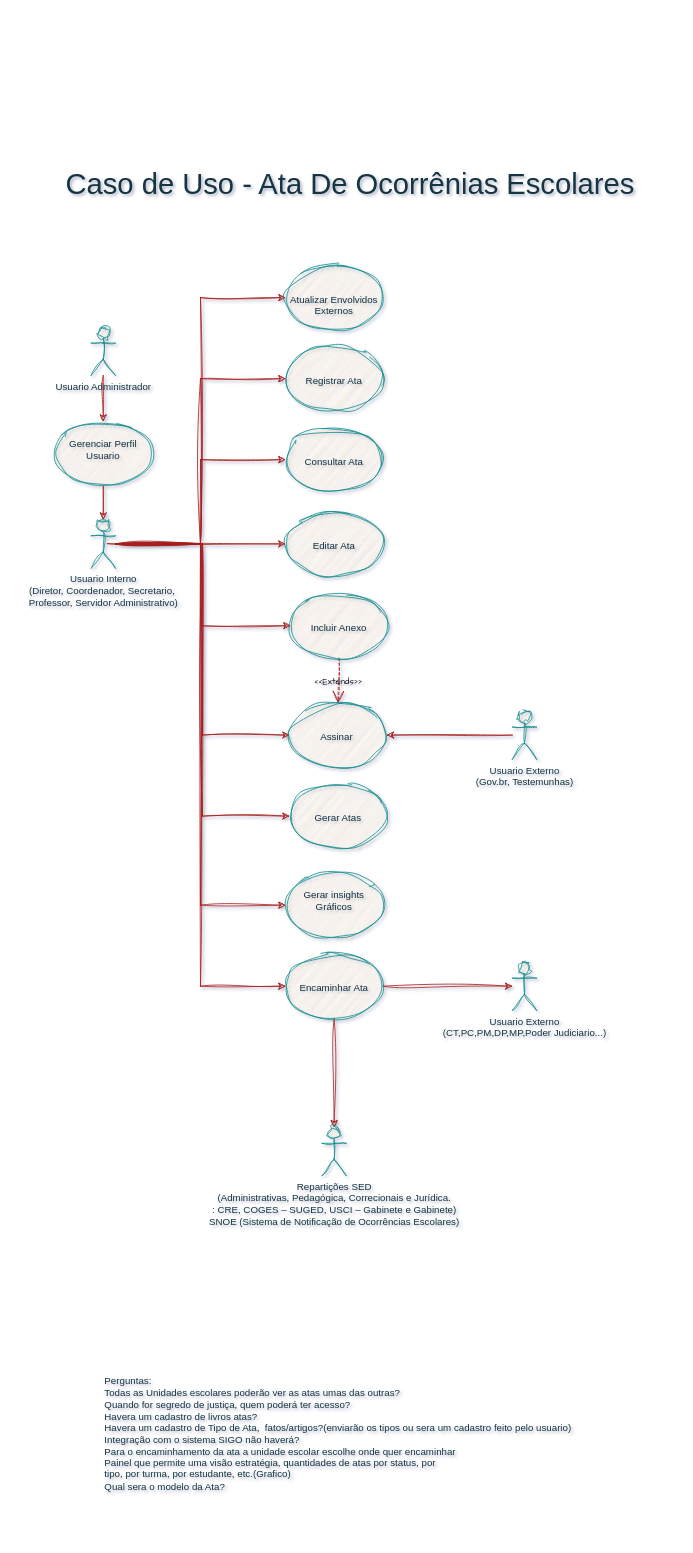
The draw.io diagram Ata.drawio in Regis-Dias/Ata_Digital, before the edit. Source tidied: cells renumbered, new cells numbered last; positions are measured from the earlier drawing's top-left corner, leaving out a move shared by most shapes. Both pictures are drawn from the tidied source at 81%, with x=0, y=0 at pixel (18, 160).
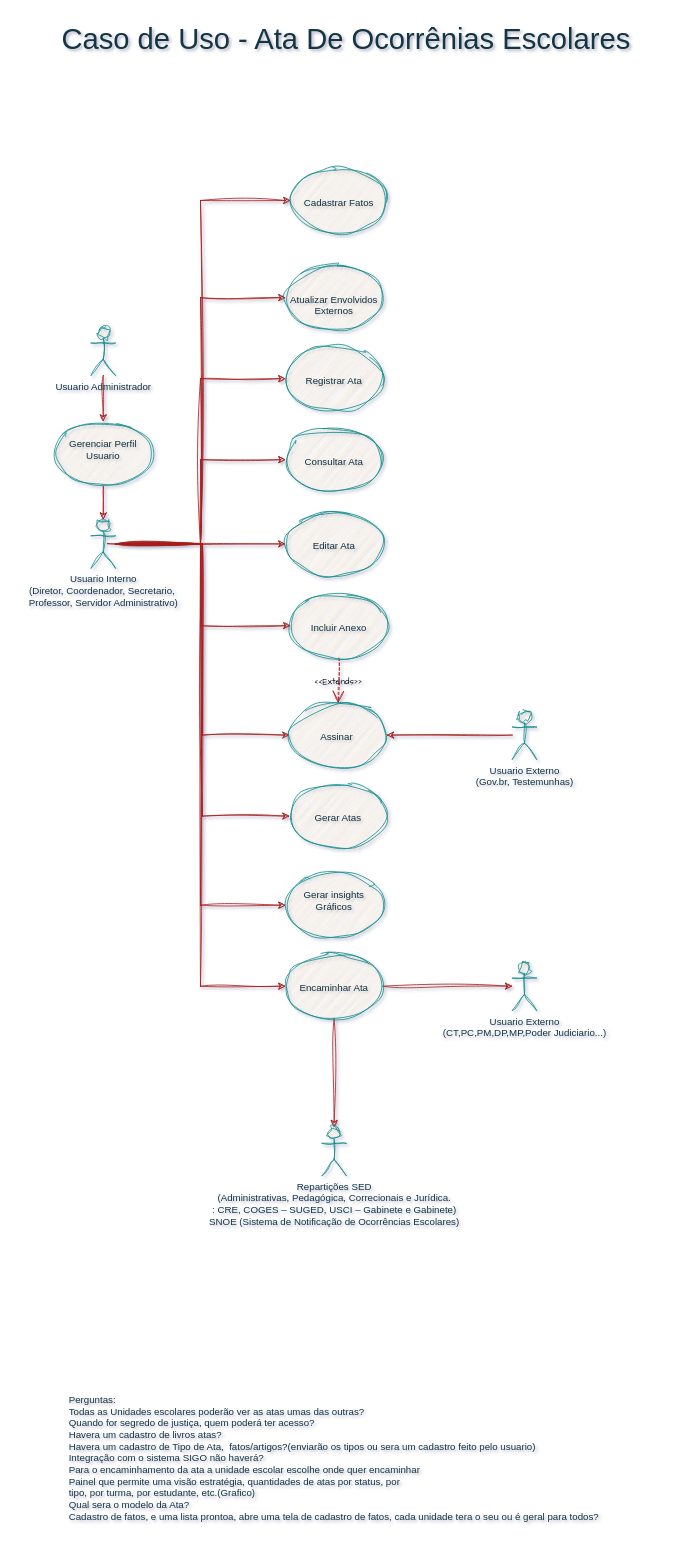
Above is the later version.

The change refers to these unchanged cells:
```xml
<mxCell id="10" value="Usuario Interno&lt;br&gt;(Diretor, Coordenador, Secretario,&amp;nbsp;&lt;div&gt;Professor, Servidor Administrativo)&lt;/div&gt;" style="shape=umlActor;verticalLabelPosition=bottom;verticalAlign=top;html=1;outlineConnect=0;labelBackgroundColor=none;fillColor=#FAE5C7;strokeColor=#0F8B8D;fontColor=#143642;sketch=1;curveFitting=1;jiggle=2;" parent="1" vertex="1">
  <mxGeometry x="90" y="444" width="30" height="60" as="geometry" />
</mxCell>
<mxCell id="20" value="&lt;div&gt;&lt;br&gt;&lt;/div&gt;&lt;div&gt;&lt;br&gt;&lt;/div&gt;Assinar&amp;nbsp;&lt;div&gt;&lt;/div&gt;&lt;div&gt;&lt;/div&gt;" style="ellipse;whiteSpace=wrap;html=1;strokeColor=#0F8B8D;align=center;verticalAlign=top;fontFamily=Helvetica;fontSize=12;fontColor=#143642;fillColor=#FAE5C7;labelBackgroundColor=none;sketch=1;curveFitting=1;jiggle=2;" parent="1" vertex="1">
  <mxGeometry x="335" y="670" width="120" height="80" as="geometry" />
</mxCell>
<mxCell id="32" value="&lt;div&gt;&lt;br&gt;&lt;/div&gt;&lt;div&gt;&lt;br&gt;&lt;/div&gt;Incluir Anexo&lt;div&gt;&lt;/div&gt;&lt;div&gt;&lt;/div&gt;&lt;div&gt;&lt;/div&gt;" style="ellipse;whiteSpace=wrap;html=1;strokeColor=#0F8B8D;align=center;verticalAlign=top;fontFamily=Helvetica;fontSize=12;fontColor=#143642;fillColor=#FAE5C7;labelBackgroundColor=none;sketch=1;curveFitting=1;jiggle=2;" parent="1" vertex="1">
  <mxGeometry x="336" y="535" width="120" height="80" as="geometry" />
</mxCell>
```

What changed in the source:
```diff
@@
+    <mxCell id="34" style="edgeStyle=orthogonalEdgeStyle;rounded=0;hachureGap=4;jettySize=auto;html=1;entryX=0;entryY=0.5;entryDx=0;entryDy=0;fontFamily=Architects Daughter;labelBackgroundColor=none;strokeColor=#A8201A;fontColor=default;sketch=1;curveFitting=1;jiggle=2;" parent="1" edge="1" source="10" target="35">
+      <mxGeometry relative="1" as="geometry">
+        <Array as="points">
+          <mxPoint x="225" y="474" />
+          <mxPoint x="225" y="50" />
+        </Array>
+      </mxGeometry>
+    </mxCell>
@@
     <mxCell id="25" value="&lt;font style=&quot;font-size: 36px;&quot;&gt;Caso de Uso - Ata De Ocorrênias Escolares&lt;/font&gt;" style="text;html=1;align=center;verticalAlign=middle;whiteSpace=wrap;rounded=0;fontFamily=Helvetica;fontSize=12;fontColor=#143642;labelBackgroundColor=none;sketch=1;curveFitting=1;jiggle=2;" parent="1" vertex="1">
-      <mxGeometry x="10" width="800" height="60" as="geometry" />
+      <mxGeometry x="5" y="-180" width="800" height="60" as="geometry" />
     </mxCell>
@@
-    <mxCell id="28" value="&lt;div style=&quot;text-align: left;&quot;&gt;&lt;span style=&quot;background-color: initial;&quot;&gt;Perguntas:&lt;/span&gt;&lt;/div&gt;&lt;div style=&quot;text-align: left;&quot;&gt;&lt;span style=&quot;background-color: initial;&quot;&gt;Todas as Unidades escolares poderão ver as atas umas das outras?&lt;/span&gt;&lt;/div&gt;&lt;div style=&quot;text-align: left;&quot;&gt;&lt;span style=&quot;background-color: initial;&quot;&gt;Quando for segredo de justiça, quem poderá ter acesso?&lt;/span&gt;&lt;/div&gt;&lt;div style=&quot;text-align: left;&quot;&gt;Havera um cadastro de livros atas?&lt;/div&gt;&lt;div style=&quot;text-align: left;&quot;&gt;Havera um cadastro de Tipo de Ata,&amp;nbsp; fatos/artigos?(enviarão os tipos ou sera um cadastro feito pelo usuario)&lt;/div&gt;&lt;div style=&quot;text-align: left;&quot;&gt;Integração com o sistema&amp;nbsp;&lt;span style=&quot;text-wrap: nowrap; background-color: initial; text-align: center;&quot;&gt;SIGO não haverá?&lt;/span&gt;&lt;/div&gt;&lt;div style=&quot;text-align: left;&quot;&gt;&lt;span style=&quot;background-color: initial;&quot;&gt;Para o encaminhamento da ata a unidade escolar escolhe onde quer encaminhar&amp;nbsp;&amp;nbsp;&lt;/span&gt;&lt;/div&gt;&lt;div style=&quot;text-align: left;&quot;&gt;Painel que permite uma visão estratégia, quantidades de atas por status, por&lt;br&gt;tipo, por turma, por estudante, etc.(Grafico)&amp;nbsp;&lt;span style=&quot;background-color: initial;&quot;&gt;&lt;br&gt;&lt;/span&gt;&lt;/div&gt;&lt;div style=&quot;text-align: left;&quot;&gt;Qual sera o modelo da Ata?&lt;/div&gt;&lt;div&gt;&lt;br&gt;&lt;/div&gt;" style="text;html=1;align=center;verticalAlign=middle;whiteSpace=wrap;rounded=0;fontFamily=Helvetica;fontSize=12;fontColor=#143642;labelBackgroundColor=none;sketch=1;curveFitting=1;jiggle=2;" parent="1" vertex="1">
-      <mxGeometry y="1520" width="790" height="120" as="geometry" />
+    <mxCell id="28" value="&lt;div style=&quot;text-align: left;&quot;&gt;&lt;span style=&quot;background-color: initial;&quot;&gt;Perguntas:&lt;/span&gt;&lt;/div&gt;&lt;div style=&quot;text-align: left;&quot;&gt;&lt;span style=&quot;background-color: initial;&quot;&gt;Todas as Unidades escolares poderão ver as atas umas das outras?&lt;/span&gt;&lt;/div&gt;&lt;div style=&quot;text-align: left;&quot;&gt;&lt;span style=&quot;background-color: initial;&quot;&gt;Quando for segredo de justiça, quem poderá ter acesso?&lt;/span&gt;&lt;/div&gt;&lt;div style=&quot;text-align: left;&quot;&gt;Havera um cadastro de livros atas?&lt;/div&gt;&lt;div style=&quot;text-align: left;&quot;&gt;Havera um cadastro de Tipo de Ata,&amp;nbsp; fatos/artigos?(enviarão os tipos ou sera um cadastro feito pelo usuario)&lt;/div&gt;&lt;div style=&quot;text-align: left;&quot;&gt;Integração com o sistema&amp;nbsp;&lt;span style=&quot;text-wrap: nowrap; background-color: initial; text-align: center;&quot;&gt;SIGO não haverá?&lt;/span&gt;&lt;/div&gt;&lt;div style=&quot;text-align: left;&quot;&gt;&lt;span style=&quot;background-color: initial;&quot;&gt;Para o encaminhamento da ata a unidade escolar escolhe onde quer encaminhar&amp;nbsp;&amp;nbsp;&lt;/span&gt;&lt;/div&gt;&lt;div style=&quot;text-align: left;&quot;&gt;Painel que permite uma visão estratégia, quantidades de atas por status, por&lt;br&gt;tipo, por turma, por estudante, etc.(Grafico)&amp;nbsp;&lt;span style=&quot;background-color: initial;&quot;&gt;&lt;br&gt;&lt;/span&gt;&lt;/div&gt;&lt;div style=&quot;text-align: left;&quot;&gt;Qual sera o modelo da Ata?&lt;/div&gt;&lt;div style=&quot;text-align: left;&quot;&gt;Cadastro de fatos, e uma lista prontoa, abre uma tela de cadastro de fatos, cada unidade tera o seu ou é geral para todos?&lt;/div&gt;&lt;div&gt;&lt;br&gt;&lt;/div&gt;" style="text;html=1;align=center;verticalAlign=middle;whiteSpace=wrap;rounded=0;fontFamily=Helvetica;fontSize=12;fontColor=#143642;labelBackgroundColor=none;sketch=1;curveFitting=1;jiggle=2;" parent="1" vertex="1">
+      <mxGeometry x="-5" y="1550" width="790" height="120" as="geometry" />
     </mxCell>
@@
-    <mxCell id="31" value="&amp;lt;&amp;lt;Extends&amp;gt;&amp;gt;" style="endArrow=open;endSize=12;dashed=1;html=1;rounded=0;hachureGap=4;fontFamily=Architects Daughter;entryX=0.5;entryY=0;entryDx=0;entryDy=0;labelBackgroundColor=none;strokeColor=#A8201A;fontColor=default;sketch=1;curveFitting=1;jiggle=2;exitX=0.5;exitY=1;exitDx=0;exitDy=0;" parent="1" edge="1" source="32" target="20">
+    <mxCell id="31" value="&amp;lt;&amp;lt;Extends&amp;gt;&amp;gt;" style="endArrow=open;endSize=12;dashed=1;html=1;rounded=0;hachureGap=4;fontFamily=Architects Daughter;entryX=0.5;entryY=0;entryDx=0;entryDy=0;labelBackgroundColor=none;strokeColor=#A8201A;fontColor=default;exitX=0.5;exitY=1;exitDx=0;exitDy=0;sketch=1;curveFitting=1;jiggle=2;" parent="1" edge="1" source="32" target="20">
       <mxGeometry relative="1" as="geometry" />
     </mxCell>
@@
-    <mxCell id="33" style="edgeStyle=orthogonalEdgeStyle;rounded=0;jettySize=auto;html=1;fontFamily=Helvetica;fontSize=12;fontColor=default;labelBackgroundColor=none;strokeColor=#A8201A;sketch=1;curveFitting=1;jiggle=2;entryX=0;entryY=0.5;entryDx=0;entryDy=0;" parent="1" edge="1" target="32">
+    <mxCell id="33" style="edgeStyle=orthogonalEdgeStyle;rounded=0;jettySize=auto;html=1;fontFamily=Helvetica;fontSize=12;fontColor=default;labelBackgroundColor=none;strokeColor=#A8201A;entryX=0;entryY=0.5;entryDx=0;entryDy=0;sketch=1;curveFitting=1;jiggle=2;" parent="1" edge="1" target="32">
       <mxGeometry relative="1" as="geometry">
         <mxPoint x="110" y="473.7" as="sourcePoint" />
         <Array as="points">
           <mxPoint x="226" y="474" />
           <mxPoint x="226" y="575" />
         </Array>
       </mxGeometry>
     </mxCell>
+    <mxCell id="35" value="&lt;div&gt;&lt;br&gt;&lt;/div&gt;&lt;div&gt;&lt;br&gt;&lt;/div&gt;&lt;div&gt;Cadastrar Fatos&lt;/div&gt;&lt;div&gt;&lt;/div&gt;" style="ellipse;whiteSpace=wrap;html=1;strokeColor=#0F8B8D;align=center;verticalAlign=top;fontFamily=Helvetica;fontSize=12;fontColor=#143642;fillColor=#FAE5C7;labelBackgroundColor=none;sketch=1;curveFitting=1;jiggle=2;" parent="1" vertex="1">
+      <mxGeometry x="336" y="10" width="120" height="80" as="geometry" />
+    </mxCell>
```
